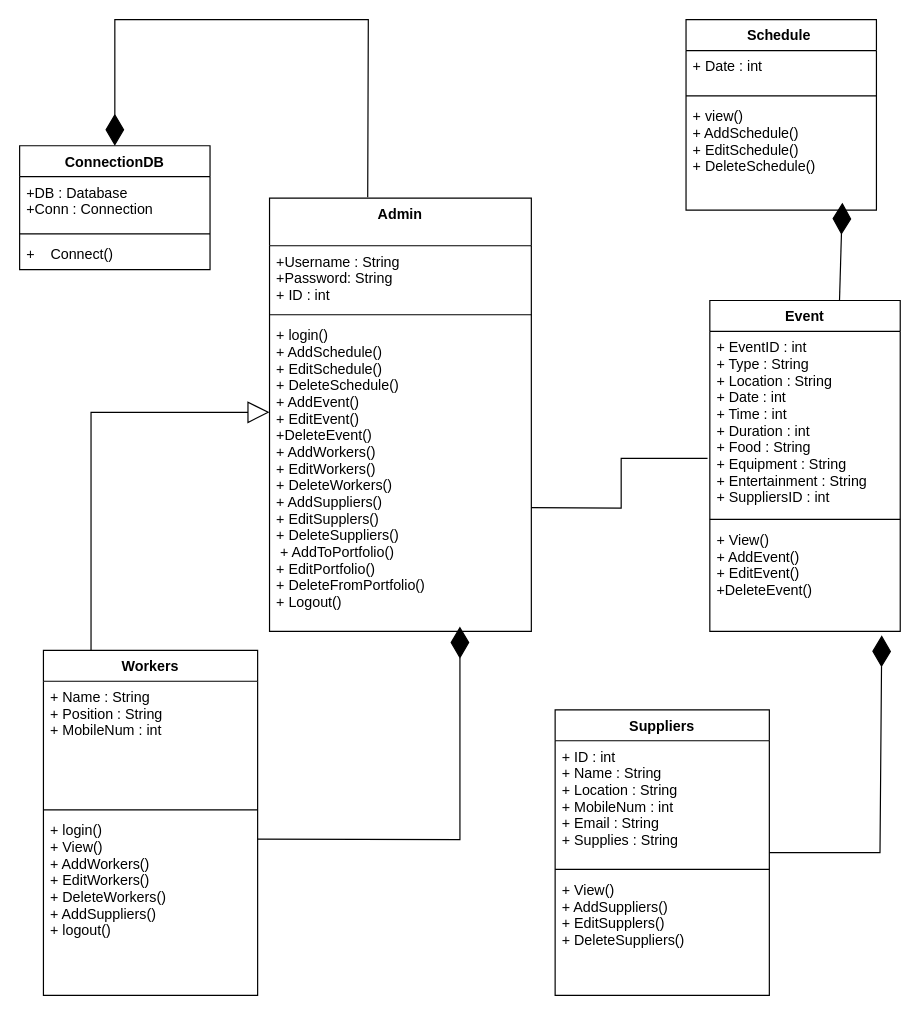
The draw.io diagram Untitled Diagram.drawio in RawanHesham20/SoftwareEngineeringProject--V4-, before the edit. Source tidied: cells renumbered, new cells numbered last; positions are measured from the earlier drawing's top-left corner, leaving out a move shared by most shapes. Both pictures are drawn from the tidied source at 119%, with x=0, y=0 at pixel (19, 19).
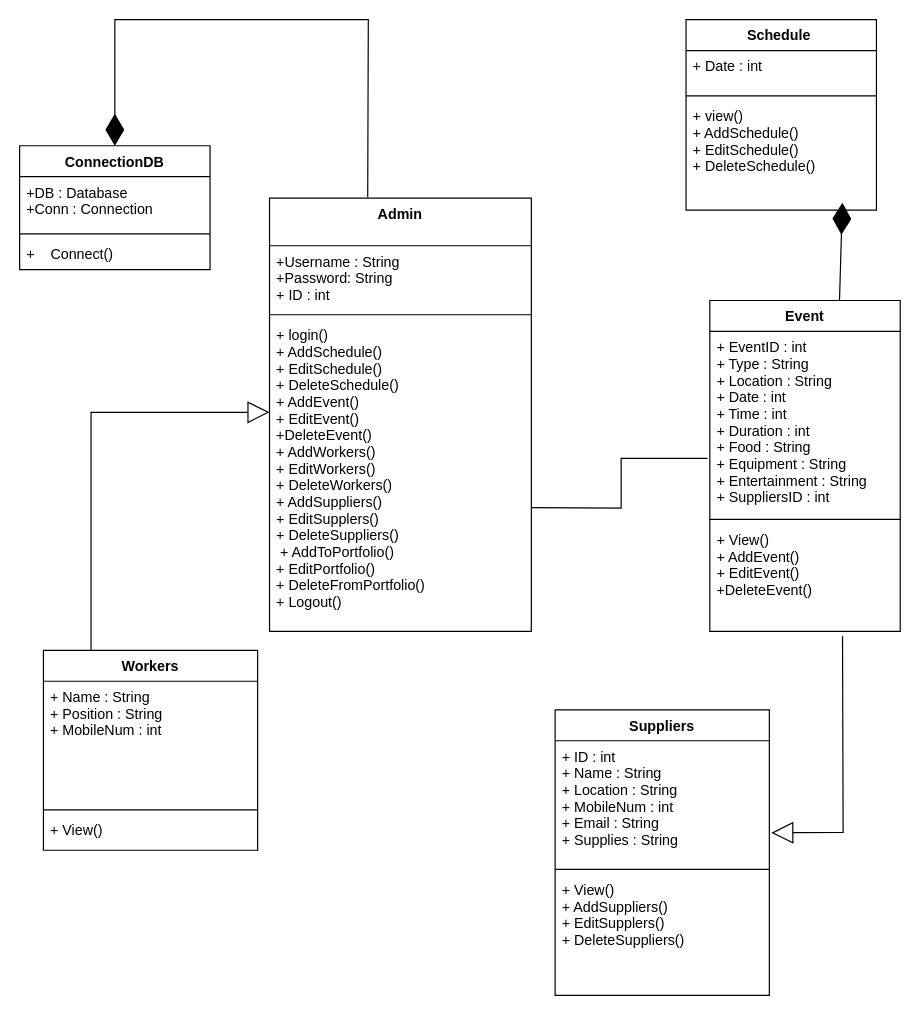
Above is the later version.

Unchanged cells that the change refers to:
```xml
<mxCell id="13" value="+ View()&#10;+ AddEvent()&#10;+ EditEvent()&#10;+DeleteEvent()" style="text;strokeColor=none;fillColor=none;align=left;verticalAlign=top;spacingLeft=4;spacingRight=4;overflow=hidden;points=[[0,0.5],[1,0.5]];portConstraint=eastwest;" parent="10" vertex="1">
  <mxGeometry y="188" width="160" height="90" as="geometry" />
</mxCell>
<mxCell id="19" value="+ ID : int&#10;+ Name : String &#10;+ Location : String &#10;+ MobileNum : int&#10;+ Email : String&#10;+ Supplies : String&#10; &#10;" style="text;strokeColor=none;fillColor=none;align=left;verticalAlign=top;spacingLeft=4;spacingRight=4;overflow=hidden;points=[[0,0.5],[1,0.5]];portConstraint=eastwest;" parent="18" vertex="1">
  <mxGeometry y="26" width="180" height="104" as="geometry" />
</mxCell>
```

What changed in the source:
```diff
@@
     <mxCell id="14" value="Workers" style="swimlane;fontStyle=1;align=center;verticalAlign=top;horizontal=1;startSize=26;" parent="1" vertex="1">
-      <mxGeometry x="20" y="530" width="180" height="290" as="geometry" />
+      <mxGeometry x="20" y="530" width="180" height="168" as="geometry" />
     </mxCell>
@@
-    <mxCell id="17" value="+ login()&#10;+ View()&#10;+ AddWorkers()&#10;+ EditWorkers()&#10;+ DeleteWorkers()&#10;+ AddSuppliers()&#10;+ logout()&#10;&#10;&#10;&#10;" style="text;strokeColor=none;fillColor=none;align=left;verticalAlign=top;spacingLeft=4;spacingRight=4;overflow=hidden;points=[[0,0.5],[1,0.5]];portConstraint=eastwest;" parent="14" vertex="1">
-      <mxGeometry y="138" width="180" height="152" as="geometry" />
+    <mxCell id="17" value="+ View()&#10;&#10;&#10;&#10;" style="text;strokeColor=none;fillColor=none;align=left;verticalAlign=top;spacingLeft=4;spacingRight=4;overflow=hidden;points=[[0,0.5],[1,0.5]];portConstraint=eastwest;" parent="14" vertex="1">
+      <mxGeometry y="138" width="180" height="30" as="geometry" />
     </mxCell>
@@
-    <mxCell id="28" style="endArrow=diamondThin;endFill=1;endSize=24;html=1;rounded=0;entryX=0.903;entryY=1.037;entryDx=0;entryDy=0;entryPerimeter=0;" parent="1" edge="1" target="13">
-      <mxGeometry relative="1" as="geometry">
-        <mxPoint x="630" y="700" as="sourcePoint" />
-        <Array as="points">
-          <mxPoint x="723" y="700" />
-        </Array>
-      </mxGeometry>
-    </mxCell>
-    <mxCell id="29" style="endArrow=diamondThin;endFill=1;endSize=24;html=1;rounded=0;exitX=0.999;exitY=0.136;exitDx=0;exitDy=0;exitPerimeter=0;" parent="1" edge="1" source="17">
-      <mxGeometry relative="1" as="geometry">
-        <mxPoint x="370" y="510" as="targetPoint" />
-        <Array as="points">
-          <mxPoint x="370" y="689" />
-        </Array>
-      </mxGeometry>
-    </mxCell>
@@
+    <mxCell id="32" style="endArrow=block;endSize=16;endFill=0;html=1;rounded=0;exitX=0.697;exitY=1.042;exitDx=0;exitDy=0;exitPerimeter=0;entryX=1.009;entryY=0.744;entryDx=0;entryDy=0;entryPerimeter=0;" parent="1" edge="1" source="13" target="19">
+      <mxGeometry relative="1" as="geometry">
+        <Array as="points">
+          <mxPoint x="692" y="683" />
+        </Array>
+      </mxGeometry>
+    </mxCell>
```
